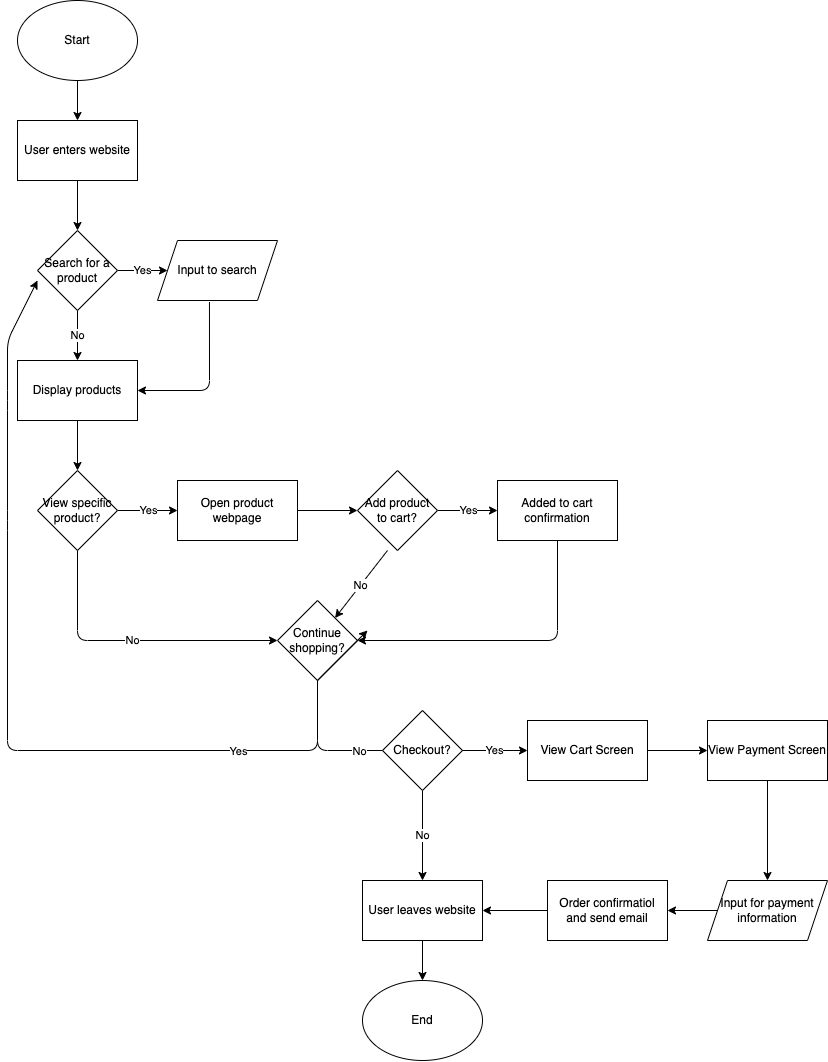
bsalvania/sp23-cse110-lab4 keeps this draw.io diagram as explore/diagramming/diagram.drawio.png. Above is the earlier version. Source tidied: cells renumbered, new cells last; positions are measured from the earlier drawing's top-left corner, leaving out a move shared by most shapes.
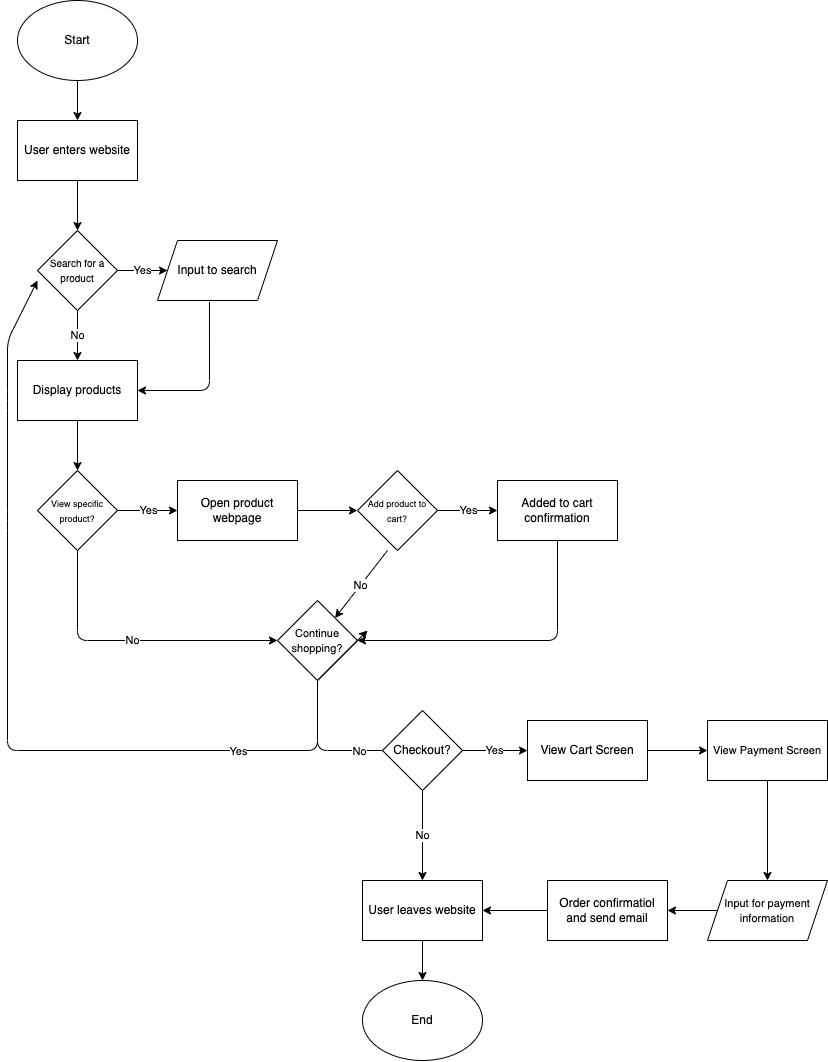
After the change.

Commit message:
Updated font sizes to make them stay in the shape

Diff of the diagram source:
```diff
@@ -11,7 +11,7 @@
     <mxCell id="4" style="endArrow=classic;html=1;entryX=0.5;entryY=0;entryDx=0;entryDy=0;exitX=0.5;exitY=1;exitDx=0;exitDy=0;" parent="1" edge="1" source="3" target="2">
       <mxGeometry relative="1" as="geometry" />
     </mxCell>
-    <mxCell id="5" value="Search for a product" style="rhombus;whiteSpace=wrap;html=1;" parent="1" vertex="1">
+    <mxCell id="5" value="&lt;font style=&quot;font-size: 10px;&quot;&gt;Search for a product&lt;/font&gt;" style="rhombus;whiteSpace=wrap;html=1;" parent="1" vertex="1">
       <mxGeometry x="30" y="230" width="80" height="80" as="geometry" />
     </mxCell>
     <mxCell id="6" style="endArrow=classic;html=1;exitX=0.5;exitY=1;exitDx=0;exitDy=0;entryX=0.5;entryY=0;entryDx=0;entryDy=0;" parent="1" edge="1" source="2" target="5">
@@ -38,7 +38,7 @@
         </Array>
       </mxGeometry>
     </mxCell>
-    <mxCell id="12" value="View specific product?" style="rhombus;whiteSpace=wrap;html=1;" parent="1" vertex="1">
+    <mxCell id="12" value="&lt;font style=&quot;font-size: 9px;&quot;&gt;View specific product?&lt;/font&gt;" style="rhombus;whiteSpace=wrap;html=1;" parent="1" vertex="1">
       <mxGeometry x="30" y="470" width="80" height="80" as="geometry" />
     </mxCell>
     <mxCell id="13" style="endArrow=classic;html=1;entryX=0.5;entryY=0;entryDx=0;entryDy=0;" parent="1" edge="1" target="12">
@@ -54,7 +54,7 @@
         <mxPoint x="110" y="510" as="sourcePoint" />
       </mxGeometry>
     </mxCell>
-    <mxCell id="16" value="Add product to cart?" style="rhombus;whiteSpace=wrap;html=1;" parent="1" vertex="1">
+    <mxCell id="16" value="&lt;font style=&quot;font-size: 9px;&quot;&gt;Add product to cart?&lt;/font&gt;" style="rhombus;whiteSpace=wrap;html=1;" parent="1" vertex="1">
       <mxGeometry x="350" y="470" width="80" height="80" as="geometry" />
     </mxCell>
     <mxCell id="17" style="endArrow=classic;html=1;entryX=0;entryY=0.5;entryDx=0;entryDy=0;" parent="1" edge="1" target="16">
@@ -87,7 +87,7 @@
         <mxPoint x="-1" y="5" as="offset" />
       </mxGeometry>
     </mxCell>
-    <mxCell id="23" value="Continue shopping?" style="rhombus;whiteSpace=wrap;html=1;" parent="1" vertex="1">
+    <mxCell id="23" value="&lt;font style=&quot;font-size: 11px;&quot;&gt;Continue shopping?&lt;/font&gt;" style="rhombus;whiteSpace=wrap;html=1;" parent="1" vertex="1">
       <mxGeometry x="270" y="600" width="80" height="80" as="geometry" />
     </mxCell>
     <mxCell id="24" value="No" style="endArrow=classic;html=1;entryX=0;entryY=0.5;entryDx=0;entryDy=0;" parent="1" edge="1" target="23">
@@ -161,13 +161,13 @@
         <mxPoint x="455" y="750" as="sourcePoint" />
       </mxGeometry>
     </mxCell>
-    <mxCell id="38" value="View Payment Screen" style="rounded=0;whiteSpace=wrap;html=1;" parent="1" vertex="1">
+    <mxCell id="38" value="&lt;font style=&quot;font-size: 11px;&quot;&gt;View Payment Screen&lt;/font&gt;" style="rounded=0;whiteSpace=wrap;html=1;" parent="1" vertex="1">
       <mxGeometry x="700" y="720" width="120" height="60" as="geometry" />
     </mxCell>
     <mxCell id="39" style="endArrow=classic;html=1;exitX=1;exitY=0.5;exitDx=0;exitDy=0;entryX=0;entryY=0.5;entryDx=0;entryDy=0;" parent="1" edge="1" source="36" target="38">
       <mxGeometry relative="1" as="geometry" />
     </mxCell>
-    <mxCell id="40" value="Input for payment information" style="shape=parallelogram;perimeter=parallelogramPerimeter;whiteSpace=wrap;html=1;fixedSize=1;" parent="1" vertex="1">
+    <mxCell id="40" value="&lt;font style=&quot;font-size: 11px;&quot;&gt;Input for payment information&lt;/font&gt;" style="shape=parallelogram;perimeter=parallelogramPerimeter;whiteSpace=wrap;html=1;fixedSize=1;" parent="1" vertex="1">
       <mxGeometry x="700" y="880" width="120" height="60" as="geometry" />
     </mxCell>
     <mxCell id="41" style="endArrow=classic;html=1;entryX=0.5;entryY=0;entryDx=0;entryDy=0;" parent="1" edge="1" target="40">
```
